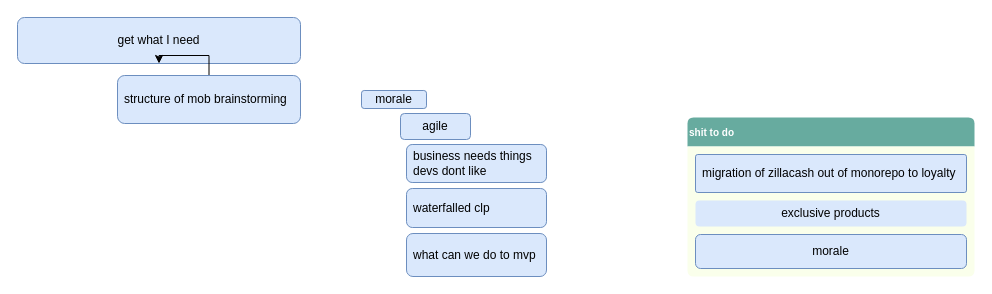
The draw.io diagram page "meeting with coach" (7 of 7) of como.drawio in umamiMike/technical-mess-diagrams, before the edit. Source tidied: cells renumbered, new cells numbered last; positions are measured from the earlier drawing's top-left corner, leaving out a move shared by most shapes. Both pictures are drawn from the tidied source at 100%, with x=0, y=0 at pixel (17, 17).
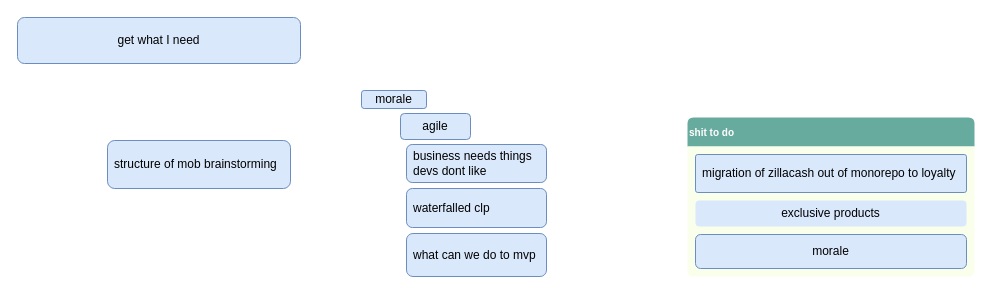
The same diagram, later.

What changed in the source:
```diff
@@
 <mxGraphModel>
   <root>
     <mxCell id="0" />
     <mxCell id="1" parent="0" />
     <mxCell id="2" value="get what I need" style="rounded=1;whiteSpace=wrap;html=1;fontSize=12;align=center;strokeColor=#6c8ebf;fillColor=#dae8fc;" parent="1" vertex="1">
       <mxGeometry width="283" height="46" as="geometry" />
     </mxCell>
     <mxCell id="3" value="morale" style="rounded=1;whiteSpace=wrap;html=1;fontSize=12;align=center;strokeColor=#6c8ebf;fillColor=#dae8fc;" parent="1" vertex="1">
       <mxGeometry x="344" y="73" width="65" height="18" as="geometry" />
     </mxCell>
-    <mxCell id="4" style="edgeStyle=orthogonalEdgeStyle;rounded=0;jettySize=auto;html=1;" parent="1" edge="1" source="5" target="2">
-      <mxGeometry relative="1" as="geometry" />
-    </mxCell>
     <mxCell id="5" value="structure of mob brainstorming" style="rounded=1;whiteSpace=wrap;html=1;fontSize=12;align=left;strokeColor=#6c8ebf;fillColor=#dae8fc;spacing=7;" parent="1" vertex="1">
-      <mxGeometry x="100" y="58" width="183" height="48" as="geometry" />
+      <mxGeometry x="90" y="123" width="183" height="48" as="geometry" />
     </mxCell>
     <mxCell id="6" value="&lt;div&gt;agile&lt;/div&gt;" style="rounded=1;whiteSpace=wrap;html=1;fontSize=12;align=center;strokeColor=#6c8ebf;fillColor=#dae8fc;" parent="1" vertex="1">
       <mxGeometry x="383" y="96" width="70" height="26" as="geometry" />
     </mxCell>
     <mxCell id="7" value="business needs things devs dont like" style="rounded=1;whiteSpace=wrap;html=1;fontSize=12;align=left;strokeColor=#6c8ebf;fillColor=#dae8fc;spacing=7;" parent="1" vertex="1">
       <mxGeometry x="389" y="127" width="140" height="38" as="geometry" />
     </mxCell>
     <mxCell id="8" value="waterfalled clp" style="rounded=1;whiteSpace=wrap;html=1;fontSize=12;align=left;strokeColor=#6c8ebf;fillColor=#dae8fc;spacing=7;" parent="1" vertex="1">
       <mxGeometry x="389" y="171" width="140" height="39" as="geometry" />
     </mxCell>
     <mxCell id="9" value="what can we do to mvp" style="rounded=1;whiteSpace=wrap;html=1;fontSize=12;align=left;strokeColor=#6c8ebf;fillColor=#dae8fc;spacing=7;" parent="1" vertex="1">
       <mxGeometry x="389" y="216" width="140" height="43" as="geometry" />
     </mxCell>
     <mxCell id="10" value="shit to do" style="swimlane;html=0;startSize=29;stackBorder=8;swimlaneLine=0;swimlaneFillColor=#FAFFEB;verticalAlign=middle;fontSize=10;fontStyle=1;labelPosition=center;verticalLabelPosition=middle;align=left;rounded=1;arcSize=7;fontColor=#FFFFFF;perimeterSpacing=1;horizontal=1;fontFamily=Merriweather sans;fillColor=#67AB9F;strokeColor=none;" parent="1" vertex="1">
       <mxGeometry x="670" y="100" width="287" height="159" as="geometry" />
     </mxCell>
     <mxCell id="11" value="migration of zillacash out of monorepo to loyalty" style="rounded=1;whiteSpace=wrap;html=1;fontSize=12;align=left;strokeColor=#6c8ebf;fillColor=#dae8fc;spacing=7;arcSize=6;" parent="10" vertex="1">
       <mxGeometry x="8" y="37" width="271" height="38" as="geometry" />
     </mxCell>
     <mxCell id="12" value="exclusive products" style="rounded=1;whiteSpace=wrap;html=1;fontSize=12;align=center;fillColor=#dae8fc;spacing=4;strokeColor=none;" parent="10" vertex="1">
       <mxGeometry x="8" y="83" width="271" height="26" as="geometry" />
     </mxCell>
     <mxCell id="13" value="morale" style="rounded=1;whiteSpace=wrap;html=1;fontSize=12;align=center;strokeColor=#6c8ebf;fillColor=#dae8fc;" parent="10" vertex="1">
       <mxGeometry x="8" y="117" width="271" height="34" as="geometry" />
     </mxCell>
   </root>
 </mxGraphModel>
```
